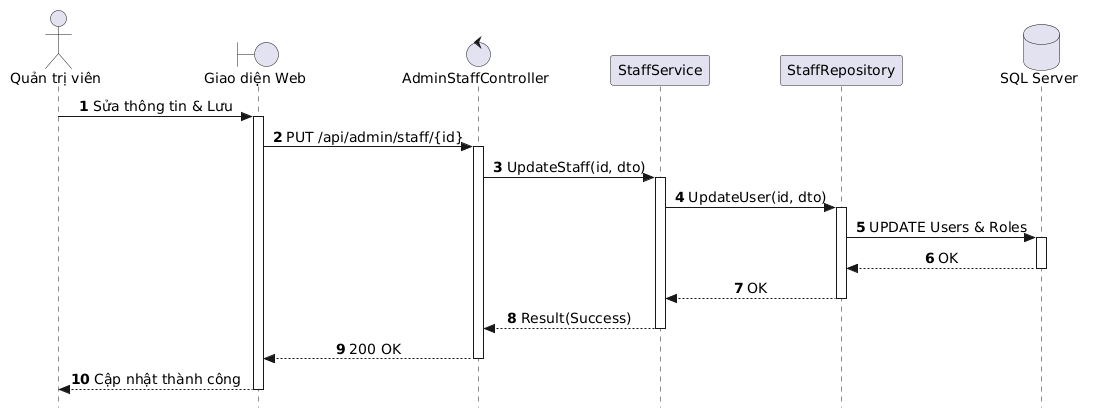
Earlier version of the PlantUML export out/docs/puml/sequences/SD_UC_A4_2_Update_Staff/SD_UC_A4_2_Update_Staff.png (AndrewQng/VinDining).
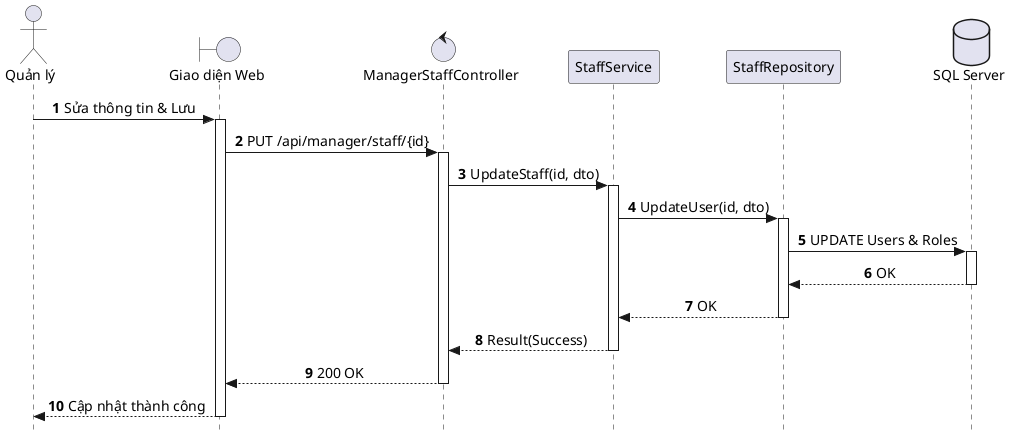
Above is the later version.

Change to the diagram source:
```diff
@@ -1,4 +1,4 @@
-@startuml
+@startuml SD_UC_A4_2_Update_Staff
 autonumber
 skinparam style strictuml
 skinparam sequenceMessageAlign center
@@ -6,17 +6,17 @@
 skinparam defaultFontName "Segoe UI", Arial, sans-serif
 skinparam defaultFontSize 14
 
-actor "Quản trị viên" as Admin
+actor "Quản lý" as Manager
 boundary "Giao diện Web" as UI
-control "AdminStaffController" as Controller
+control "ManagerStaffController" as Controller
 participant "StaffService" as Service
 participant "StaffRepository" as Repo
 database "SQL Server" as DB
 
-Admin -> UI: Sửa thông tin & Lưu
+Manager -> UI: Sửa thông tin & Lưu
 activate UI
 
-UI -> Controller: PUT /api/admin/staff/{id}
+UI -> Controller: PUT /api/manager/staff/{id}
 activate Controller
 
 Controller -> Service: UpdateStaff(id, dto)
@@ -37,6 +37,7 @@
 Controller --> UI: 200 OK
 deactivate Controller
 
-UI --> Admin: Cập nhật thành công
+UI --> Manager: Cập nhật thành công
 deactivate UI
+
 @enduml
```
